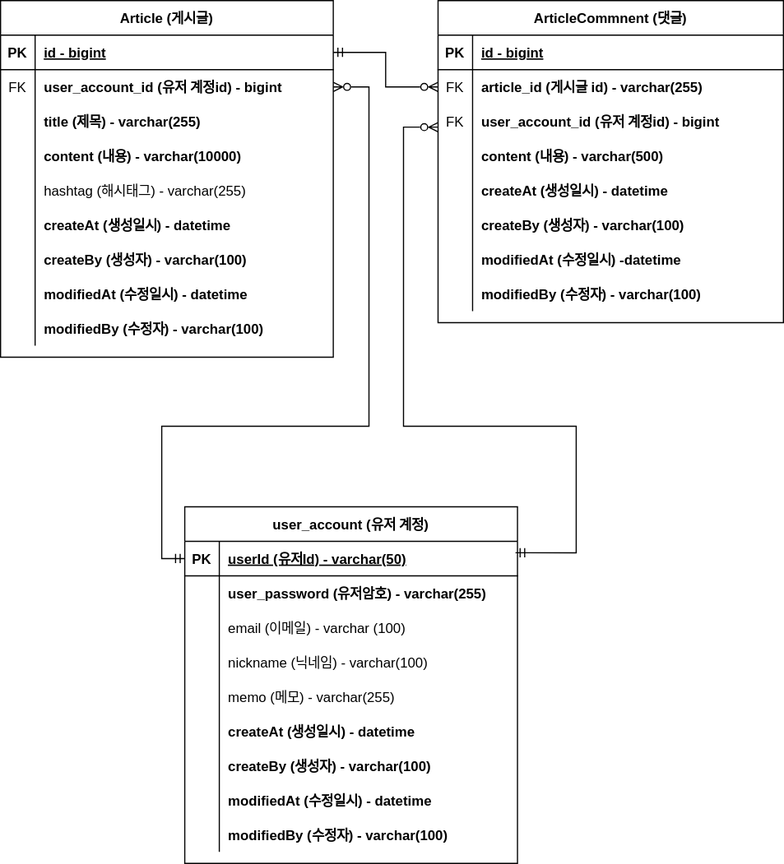
Before: documents/project-board-erd.svg, a diagram exported from draw.io (Yangrangrang/spring-workspace). Source tidied: cells renumbered, new cells last; positions are measured from the earlier drawing's top-left corner, leaving out a move shared by most shapes.
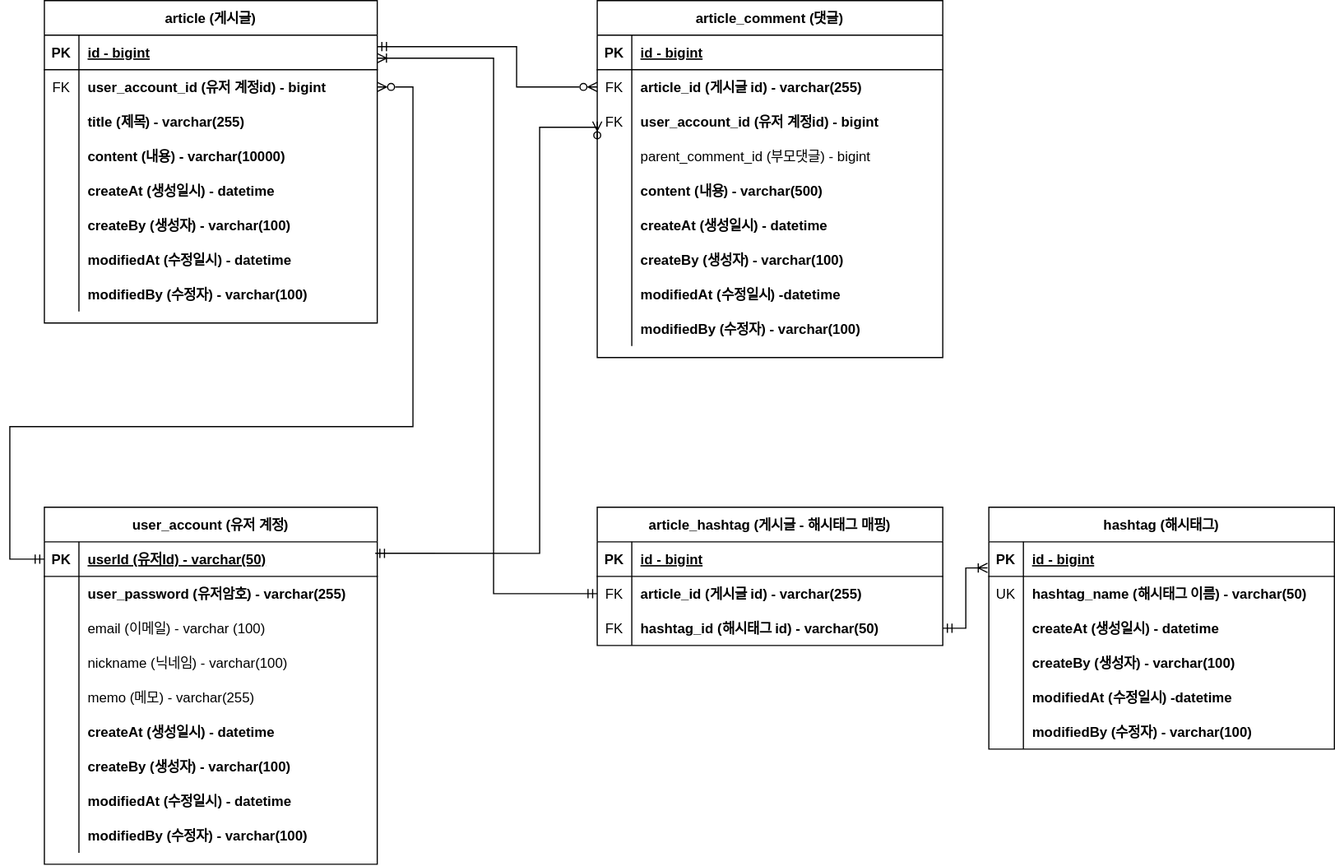
Later version of the same file.

Commit message:
#62 - project-board-erd.svg 업데이트 : 대댓글, 해시태그

Change to the diagram source:
```diff
@@ -3,7 +3,7 @@
     <mxCell id="0" />
     <mxCell id="1" parent="0" />
     <mxCell id="2" value="user_account (유저 계정)" style="shape=table;startSize=30;rowLines=0;fontStyle=1;align=center;" parent="1" vertex="1">
-      <mxGeometry x="160" y="440" width="289" height="310" as="geometry" />
+      <mxGeometry y="440" width="289" height="310" as="geometry" />
     </mxCell>
     <mxCell id="3" style="shape=partialRectangle;fillColor=none;points=[[0,0.5],[1,0.5]];portConstraint=eastwest;top=0;left=0;right=0;bottom=1;" parent="2" vertex="1">
       <mxGeometry y="30" width="289" height="30" as="geometry" />
@@ -86,8 +86,8 @@
     <mxCell id="29" value="modifiedBy (수정자) - varchar(100)" style="shape=partialRectangle;overflow=hidden;fillColor=none;top=0;left=0;bottom=0;right=0;align=left;spacingLeft=6;fontStyle=1;" parent="27" vertex="1">
       <mxGeometry x="30" width="259" height="30" as="geometry" />
     </mxCell>
-    <mxCell id="30" value="Article (게시글)" style="shape=table;startSize=30;rowLines=0;fontStyle=1;align=center;" parent="1" vertex="1">
-      <mxGeometry width="289" height="310" as="geometry" />
+    <mxCell id="30" value="article (게시글)" style="shape=table;startSize=30;rowLines=0;fontStyle=1;align=center;" parent="1" vertex="1">
+      <mxGeometry width="289" height="280" as="geometry" />
     </mxCell>
     <mxCell id="31" style="shape=partialRectangle;fillColor=none;points=[[0,0.5],[1,0.5]];portConstraint=eastwest;top=0;left=0;right=0;bottom=1;" parent="30" vertex="1">
       <mxGeometry y="30" width="289" height="30" as="geometry" />
@@ -125,17 +125,8 @@
     <mxCell id="42" value="content (내용) - varchar(10000)" style="shape=partialRectangle;overflow=hidden;fillColor=none;top=0;left=0;bottom=0;right=0;align=left;spacingLeft=6;fontStyle=1;" parent="40" vertex="1">
       <mxGeometry x="30" width="259" height="30" as="geometry" />
     </mxCell>
-    <mxCell id="43" style="shape=partialRectangle;fillColor=none;top=0;left=0;right=0;bottom=0;" parent="30" vertex="1">
-      <mxGeometry y="150" width="289" height="30" as="geometry" />
-    </mxCell>
-    <mxCell id="44" value="    " style="shape=partialRectangle;overflow=hidden;fillColor=none;top=0;left=0;bottom=0;right=0;" parent="43" vertex="1">
-      <mxGeometry width="30" height="30" as="geometry" />
-    </mxCell>
-    <mxCell id="45" value="hashtag (해시태그) - varchar(255)" style="shape=partialRectangle;overflow=hidden;fillColor=none;top=0;left=0;bottom=0;right=0;align=left;spacingLeft=6;" parent="43" vertex="1">
-      <mxGeometry x="30" width="259" height="30" as="geometry" />
-    </mxCell>
     <mxCell id="46" style="shape=partialRectangle;fillColor=none;top=0;left=0;right=0;bottom=0;" parent="30" vertex="1">
-      <mxGeometry y="180" width="289" height="30" as="geometry" />
+      <mxGeometry y="150" width="289" height="30" as="geometry" />
     </mxCell>
     <mxCell id="47" value="    " style="shape=partialRectangle;overflow=hidden;fillColor=none;top=0;left=0;bottom=0;right=0;" parent="46" vertex="1">
       <mxGeometry width="30" height="30" as="geometry" />
@@ -144,7 +135,7 @@
       <mxGeometry x="30" width="259" height="30" as="geometry" />
     </mxCell>
     <mxCell id="49" style="shape=partialRectangle;fillColor=none;top=0;left=0;right=0;bottom=0;" parent="30" vertex="1">
-      <mxGeometry y="210" width="289" height="30" as="geometry" />
+      <mxGeometry y="180" width="289" height="30" as="geometry" />
     </mxCell>
     <mxCell id="50" value="    " style="shape=partialRectangle;overflow=hidden;fillColor=none;top=0;left=0;bottom=0;right=0;" parent="49" vertex="1">
       <mxGeometry width="30" height="30" as="geometry" />
@@ -153,7 +144,7 @@
       <mxGeometry x="30" width="259" height="30" as="geometry" />
     </mxCell>
     <mxCell id="52" style="shape=partialRectangle;fillColor=none;top=0;left=0;right=0;bottom=0;" parent="30" vertex="1">
-      <mxGeometry y="240" width="289" height="30" as="geometry" />
+      <mxGeometry y="210" width="289" height="30" as="geometry" />
     </mxCell>
     <mxCell id="53" value="    " style="shape=partialRectangle;overflow=hidden;fillColor=none;top=0;left=0;bottom=0;right=0;" parent="52" vertex="1">
       <mxGeometry width="30" height="30" as="geometry" />
@@ -162,7 +153,7 @@
       <mxGeometry x="30" width="259" height="30" as="geometry" />
     </mxCell>
     <mxCell id="55" style="shape=partialRectangle;fillColor=none;top=0;left=0;right=0;bottom=0;" parent="30" vertex="1">
-      <mxGeometry y="270" width="289" height="30" as="geometry" />
+      <mxGeometry y="240" width="289" height="30" as="geometry" />
     </mxCell>
     <mxCell id="56" value="    " style="shape=partialRectangle;overflow=hidden;fillColor=none;top=0;left=0;bottom=0;right=0;" parent="55" vertex="1">
       <mxGeometry width="30" height="30" as="geometry" />
@@ -170,8 +161,8 @@
     <mxCell id="57" value="modifiedBy (수정자) - varchar(100)" style="shape=partialRectangle;overflow=hidden;fillColor=none;top=0;left=0;bottom=0;right=0;align=left;spacingLeft=6;fontStyle=1;" parent="55" vertex="1">
       <mxGeometry x="30" width="259" height="30" as="geometry" />
     </mxCell>
-    <mxCell id="58" value="ArticleCommnent (댓글)" style="shape=table;startSize=30;rowLines=0;fontStyle=1;align=center;" parent="1" vertex="1">
-      <mxGeometry x="380" width="300" height="280" as="geometry" />
+    <mxCell id="58" value="article_comment (댓글)" style="shape=table;startSize=30;rowLines=0;fontStyle=1;align=center;" parent="1" vertex="1">
+      <mxGeometry x="480" width="300" height="310" as="geometry" />
     </mxCell>
     <mxCell id="59" style="shape=partialRectangle;fillColor=none;top=0;left=0;right=0;bottom=1;" parent="58" vertex="1">
       <mxGeometry y="30" width="300" height="30" as="geometry" />
@@ -200,8 +191,17 @@
     <mxCell id="67" value="user_account_id (유저 계정id) - bigint" style="shape=partialRectangle;overflow=hidden;fillColor=none;top=0;left=0;bottom=0;right=0;align=left;spacingLeft=6;fontStyle=1;" parent="65" vertex="1">
       <mxGeometry x="30" width="270" height="30" as="geometry" />
     </mxCell>
+    <mxCell id="86" style="shape=partialRectangle;fillColor=none;top=0;left=0;right=0;bottom=0;" parent="58" vertex="1">
+      <mxGeometry y="120" width="300" height="30" as="geometry" />
+    </mxCell>
+    <mxCell id="87" style="shape=partialRectangle;overflow=hidden;fillColor=none;top=0;left=0;bottom=0;right=0;" parent="86" vertex="1">
+      <mxGeometry width="30" height="30" as="geometry" />
+    </mxCell>
+    <mxCell id="88" value="parent_comment_id (부모댓글) - bigint" style="shape=partialRectangle;overflow=hidden;fillColor=none;top=0;left=0;bottom=0;right=0;align=left;spacingLeft=6;fontStyle=0;" parent="86" vertex="1">
+      <mxGeometry x="30" width="270" height="30" as="geometry" />
+    </mxCell>
     <mxCell id="68" style="shape=partialRectangle;fillColor=none;top=0;left=0;right=0;bottom=0;" parent="58" vertex="1">
-      <mxGeometry y="120" width="300" height="30" as="geometry" />
+      <mxGeometry y="150" width="300" height="30" as="geometry" />
     </mxCell>
     <mxCell id="69" value="    " style="shape=partialRectangle;overflow=hidden;fillColor=none;top=0;left=0;bottom=0;right=0;" parent="68" vertex="1">
       <mxGeometry width="30" height="30" as="geometry" />
@@ -210,7 +210,7 @@
       <mxGeometry x="30" width="270" height="30" as="geometry" />
     </mxCell>
     <mxCell id="71" style="shape=partialRectangle;fillColor=none;top=0;left=0;right=0;bottom=0;" parent="58" vertex="1">
-      <mxGeometry y="150" width="300" height="30" as="geometry" />
+      <mxGeometry y="180" width="300" height="30" as="geometry" />
     </mxCell>
     <mxCell id="72" value="    " style="shape=partialRectangle;overflow=hidden;fillColor=none;top=0;left=0;bottom=0;right=0;" parent="71" vertex="1">
       <mxGeometry width="30" height="30" as="geometry" />
@@ -219,7 +219,7 @@
       <mxGeometry x="30" width="270" height="30" as="geometry" />
     </mxCell>
     <mxCell id="74" style="shape=partialRectangle;fillColor=none;top=0;left=0;right=0;bottom=0;" parent="58" vertex="1">
-      <mxGeometry y="180" width="300" height="30" as="geometry" />
+      <mxGeometry y="210" width="300" height="30" as="geometry" />
     </mxCell>
     <mxCell id="75" value="    " style="shape=partialRectangle;overflow=hidden;fillColor=none;top=0;left=0;bottom=0;right=0;" parent="74" vertex="1">
       <mxGeometry width="30" height="30" as="geometry" />
@@ -228,7 +228,7 @@
       <mxGeometry x="30" width="270" height="30" as="geometry" />
     </mxCell>
     <mxCell id="77" style="shape=partialRectangle;fillColor=none;top=0;left=0;right=0;bottom=0;" parent="58" vertex="1">
-      <mxGeometry y="210" width="300" height="30" as="geometry" />
+      <mxGeometry y="240" width="300" height="30" as="geometry" />
     </mxCell>
     <mxCell id="78" value="    " style="shape=partialRectangle;overflow=hidden;fillColor=none;top=0;left=0;bottom=0;right=0;" parent="77" vertex="1">
       <mxGeometry width="30" height="30" as="geometry" />
@@ -237,7 +237,7 @@
       <mxGeometry x="30" width="270" height="30" as="geometry" />
     </mxCell>
     <mxCell id="80" style="shape=partialRectangle;fillColor=none;top=0;left=0;right=0;bottom=0;" parent="58" vertex="1">
-      <mxGeometry y="240" width="300" height="30" as="geometry" />
+      <mxGeometry y="270" width="300" height="30" as="geometry" />
     </mxCell>
     <mxCell id="81" value="    " style="shape=partialRectangle;overflow=hidden;fillColor=none;top=0;left=0;bottom=0;right=0;" parent="80" vertex="1">
       <mxGeometry width="30" height="30" as="geometry" />
@@ -246,28 +246,129 @@
       <mxGeometry x="30" width="270" height="30" as="geometry" />
     </mxCell>
     <mxCell id="83" style="edgeStyle=orthogonalEdgeStyle;rounded=0;jettySize=auto;html=1;endArrow=ERzeroToMany;endFill=0;startArrow=ERmandOne;startFill=0;" parent="1" edge="1" source="31" target="62">
-      <mxGeometry relative="1" as="geometry" />
+      <mxGeometry relative="1" as="geometry">
+        <Array as="points">
+          <mxPoint x="410" y="40" />
+          <mxPoint x="410" y="75" />
+        </Array>
+      </mxGeometry>
     </mxCell>
     <mxCell id="84" style="edgeStyle=orthogonalEdgeStyle;rounded=0;jettySize=auto;html=1;endArrow=ERzeroToMany;endFill=0;startArrow=ERmandOne;startFill=0;exitX=0;exitY=0.5;exitDx=0;exitDy=0;entryX=1;entryY=0.5;entryDx=0;entryDy=0;" parent="1" edge="1" source="3" target="34">
       <mxGeometry relative="1" as="geometry">
         <Array as="points">
-          <mxPoint x="140" y="485" />
-          <mxPoint x="140" y="370" />
+          <mxPoint x="-30" y="485" />
+          <mxPoint x="-30" y="370" />
           <mxPoint x="320" y="370" />
           <mxPoint x="320" y="75" />
         </Array>
       </mxGeometry>
     </mxCell>
-    <mxCell id="85" style="edgeStyle=orthogonalEdgeStyle;rounded=0;jettySize=auto;html=1;endArrow=ERzeroToMany;endFill=0;startArrow=ERmandOne;startFill=0;exitX=0.994;exitY=0.333;exitDx=0;exitDy=0;exitPerimeter=0;" parent="1" edge="1" source="3">
+    <mxCell id="85" style="edgeStyle=orthogonalEdgeStyle;rounded=0;jettySize=auto;html=1;endArrow=ERzeroToMany;endFill=0;startArrow=ERmandOne;startFill=0;exitX=0.994;exitY=0.333;exitDx=0;exitDy=0;exitPerimeter=0;entryX=0;entryY=0.5;entryDx=0;entryDy=0;" parent="1" edge="1" source="3" target="65">
       <mxGeometry relative="1" as="geometry">
-        <mxPoint x="380" y="110" as="targetPoint" />
         <Array as="points">
-          <mxPoint x="500" y="480" />
-          <mxPoint x="500" y="370" />
-          <mxPoint x="350" y="370" />
-          <mxPoint x="350" y="110" />
+          <mxPoint x="430" y="480" />
+          <mxPoint x="430" y="110" />
+          <mxPoint x="480" y="110" />
         </Array>
       </mxGeometry>
     </mxCell>
+    <mxCell id="89" value="article_hashtag (게시글 - 해시태그 매핑)" style="shape=table;startSize=30;rowLines=0;fontStyle=1;align=center;" parent="1" vertex="1">
+      <mxGeometry x="480" y="440" width="300" height="120" as="geometry" />
+    </mxCell>
+    <mxCell id="90" style="shape=partialRectangle;fillColor=none;top=0;left=0;right=0;bottom=1;" parent="89" vertex="1">
+      <mxGeometry y="30" width="300" height="30" as="geometry" />
+    </mxCell>
+    <mxCell id="91" value="PK" style="shape=partialRectangle;overflow=hidden;fillColor=none;top=0;left=0;bottom=0;right=0;fontStyle=1;" parent="90" vertex="1">
+      <mxGeometry width="30" height="30" as="geometry" />
+    </mxCell>
+    <mxCell id="92" value="id - bigint" style="shape=partialRectangle;overflow=hidden;fillColor=none;top=0;left=0;bottom=0;right=0;align=left;spacingLeft=6;fontStyle=5;" parent="90" vertex="1">
+      <mxGeometry x="30" width="270" height="30" as="geometry" />
+    </mxCell>
+    <mxCell id="93" style="shape=partialRectangle;fillColor=none;points=[[0,0.5],[1,0.5]];portConstraint=eastwest;top=0;left=0;right=0;bottom=0;" parent="89" vertex="1">
+      <mxGeometry y="60" width="300" height="30" as="geometry" />
+    </mxCell>
+    <mxCell id="94" value="FK" style="shape=partialRectangle;overflow=hidden;fillColor=none;top=0;left=0;bottom=0;right=0;" parent="93" vertex="1">
+      <mxGeometry width="30" height="30" as="geometry" />
+    </mxCell>
+    <mxCell id="95" value="article_id (게시글 id) - varchar(255)" style="shape=partialRectangle;overflow=hidden;fillColor=none;top=0;left=0;bottom=0;right=0;align=left;spacingLeft=6;fontStyle=1;" parent="93" vertex="1">
+      <mxGeometry x="30" width="270" height="30" as="geometry" />
+    </mxCell>
+    <mxCell id="96" style="shape=partialRectangle;fillColor=none;points=[[0,0.5],[1,0.5]];portConstraint=eastwest;top=0;left=0;right=0;bottom=0;" parent="89" vertex="1">
+      <mxGeometry y="90" width="300" height="30" as="geometry" />
+    </mxCell>
+    <mxCell id="97" value="FK" style="shape=partialRectangle;overflow=hidden;fillColor=none;top=0;left=0;bottom=0;right=0;" parent="96" vertex="1">
+      <mxGeometry width="30" height="30" as="geometry" />
+    </mxCell>
+    <mxCell id="98" value="hashtag_id (해시태그 id) - varchar(50)" style="shape=partialRectangle;overflow=hidden;fillColor=none;top=0;left=0;bottom=0;right=0;align=left;spacingLeft=6;fontStyle=1;" parent="96" vertex="1">
+      <mxGeometry x="30" width="270" height="30" as="geometry" />
+    </mxCell>
+    <mxCell id="99" value="hashtag (해시태그)" style="shape=table;startSize=30;rowLines=0;fontStyle=1;align=center;" parent="1" vertex="1">
+      <mxGeometry x="820" y="440" width="300" height="210" as="geometry" />
+    </mxCell>
+    <mxCell id="100" style="shape=partialRectangle;fillColor=none;points=[[0,0.5],[1,0.5]];portConstraint=eastwest;top=0;left=0;right=0;bottom=1;" parent="99" vertex="1">
+      <mxGeometry y="30" width="300" height="30" as="geometry" />
+    </mxCell>
+    <mxCell id="101" value="PK" style="shape=partialRectangle;overflow=hidden;fillColor=none;top=0;left=0;bottom=0;right=0;fontStyle=1;" parent="100" vertex="1">
+      <mxGeometry width="30" height="30" as="geometry" />
+    </mxCell>
+    <mxCell id="102" value="id - bigint" style="shape=partialRectangle;overflow=hidden;fillColor=none;top=0;left=0;bottom=0;right=0;align=left;spacingLeft=6;fontStyle=5;" parent="100" vertex="1">
+      <mxGeometry x="30" width="270" height="30" as="geometry" />
+    </mxCell>
+    <mxCell id="103" style="shape=partialRectangle;fillColor=none;top=0;left=0;right=0;bottom=0;" parent="99" vertex="1">
+      <mxGeometry y="60" width="300" height="30" as="geometry" />
+    </mxCell>
+    <mxCell id="104" value="UK" style="shape=partialRectangle;overflow=hidden;fillColor=none;top=0;left=0;bottom=0;right=0;" parent="103" vertex="1">
+      <mxGeometry width="30" height="30" as="geometry" />
+    </mxCell>
+    <mxCell id="105" value="hashtag_name (해시태그 이름) - varchar(50)" style="shape=partialRectangle;overflow=hidden;fillColor=none;top=0;left=0;bottom=0;right=0;align=left;spacingLeft=6;fontStyle=1;" parent="103" vertex="1">
+      <mxGeometry x="30" width="270" height="30" as="geometry" />
+    </mxCell>
+    <mxCell id="106" style="shape=partialRectangle;fillColor=none;top=0;left=0;right=0;bottom=0;" parent="99" vertex="1">
+      <mxGeometry y="90" width="300" height="30" as="geometry" />
+    </mxCell>
+    <mxCell id="107" style="shape=partialRectangle;overflow=hidden;fillColor=none;top=0;left=0;bottom=0;right=0;" parent="106" vertex="1">
+      <mxGeometry width="30" height="30" as="geometry" />
+    </mxCell>
+    <mxCell id="108" value="createAt (생성일시) - datetime" style="shape=partialRectangle;overflow=hidden;fillColor=none;top=0;left=0;bottom=0;right=0;align=left;spacingLeft=6;fontStyle=1;" parent="106" vertex="1">
+      <mxGeometry x="30" width="270" height="30" as="geometry" />
+    </mxCell>
+    <mxCell id="109" style="shape=partialRectangle;fillColor=none;top=0;left=0;right=0;bottom=0;" parent="99" vertex="1">
+      <mxGeometry y="120" width="300" height="30" as="geometry" />
+    </mxCell>
+    <mxCell id="110" style="shape=partialRectangle;overflow=hidden;fillColor=none;top=0;left=0;bottom=0;right=0;" parent="109" vertex="1">
+      <mxGeometry width="30" height="30" as="geometry" />
+    </mxCell>
+    <mxCell id="111" value="createBy (생성자) - varchar(100)" style="shape=partialRectangle;overflow=hidden;fillColor=none;top=0;left=0;bottom=0;right=0;align=left;spacingLeft=6;fontStyle=1;" parent="109" vertex="1">
+      <mxGeometry x="30" width="270" height="30" as="geometry" />
+    </mxCell>
+    <mxCell id="112" style="shape=partialRectangle;fillColor=none;top=0;left=0;right=0;bottom=0;" parent="99" vertex="1">
+      <mxGeometry y="150" width="300" height="30" as="geometry" />
+    </mxCell>
+    <mxCell id="113" style="shape=partialRectangle;overflow=hidden;fillColor=none;top=0;left=0;bottom=0;right=0;" parent="112" vertex="1">
+      <mxGeometry width="30" height="30" as="geometry" />
+    </mxCell>
+    <mxCell id="114" value="modifiedAt (수정일시) -datetime" style="shape=partialRectangle;overflow=hidden;fillColor=none;top=0;left=0;bottom=0;right=0;align=left;spacingLeft=6;fontStyle=1;" parent="112" vertex="1">
+      <mxGeometry x="30" width="270" height="30" as="geometry" />
+    </mxCell>
+    <mxCell id="115" style="shape=partialRectangle;fillColor=none;top=0;left=0;right=0;bottom=0;" parent="99" vertex="1">
+      <mxGeometry y="180" width="300" height="30" as="geometry" />
+    </mxCell>
+    <mxCell id="116" style="shape=partialRectangle;overflow=hidden;fillColor=none;top=0;left=0;bottom=0;right=0;" parent="115" vertex="1">
+      <mxGeometry width="30" height="30" as="geometry" />
+    </mxCell>
+    <mxCell id="117" value="modifiedBy (수정자) - varchar(100)" style="shape=partialRectangle;overflow=hidden;fillColor=none;top=0;left=0;bottom=0;right=0;align=left;spacingLeft=6;fontStyle=1;" parent="115" vertex="1">
+      <mxGeometry x="30" width="270" height="30" as="geometry" />
+    </mxCell>
+    <mxCell id="118" style="edgeStyle=orthogonalEdgeStyle;rounded=0;jettySize=auto;html=1;entryX=-0.004;entryY=0.755;entryDx=0;entryDy=0;entryPerimeter=0;startArrow=ERmandOne;startFill=0;endArrow=ERoneToMany;endFill=0;" parent="1" edge="1" source="96" target="100">
+      <mxGeometry relative="1" as="geometry" />
+    </mxCell>
+    <mxCell id="119" style="edgeStyle=orthogonalEdgeStyle;rounded=0;jettySize=auto;html=1;entryX=0;entryY=0.5;entryDx=0;entryDy=0;startArrow=ERoneToMany;startFill=0;endArrow=ERmandOne;endFill=0;" parent="1" edge="1" source="31" target="93">
+      <mxGeometry relative="1" as="geometry">
+        <Array as="points">
+          <mxPoint x="390" y="50" />
+          <mxPoint x="390" y="515" />
+        </Array>
+      </mxGeometry>
+    </mxCell>
   </root>
 </mxGraphModel>
```
